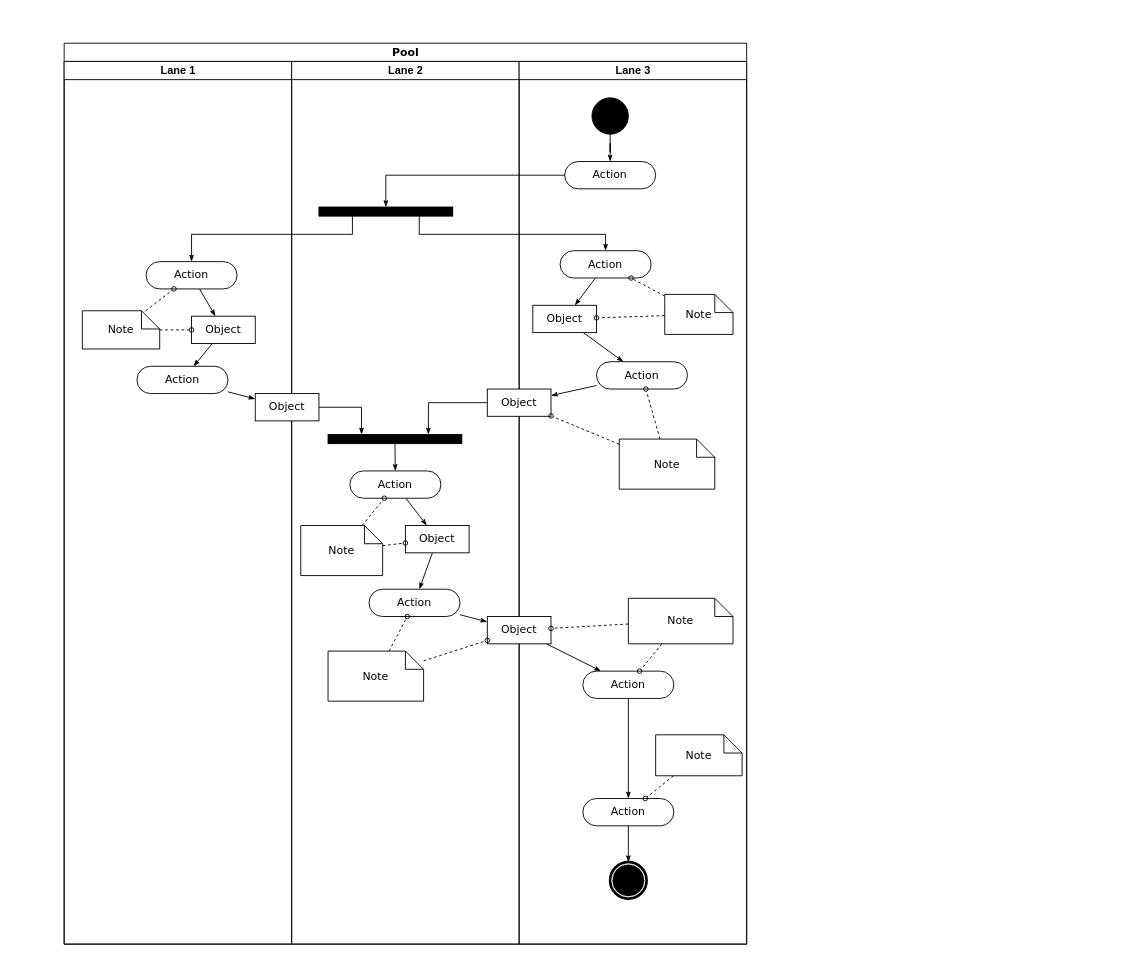
Above: 図面作成依頼フロー.drawio in sakag-120/fwpj_team (draw.io), before the change. Source tidied: cells renumbered, new cells numbered last; positions are measured from the earlier drawing's top-left corner, leaving out a move shared by most shapes. Both pictures are drawn from the tidied source at 91%, with x=0, y=0 at pixel (64, 43).
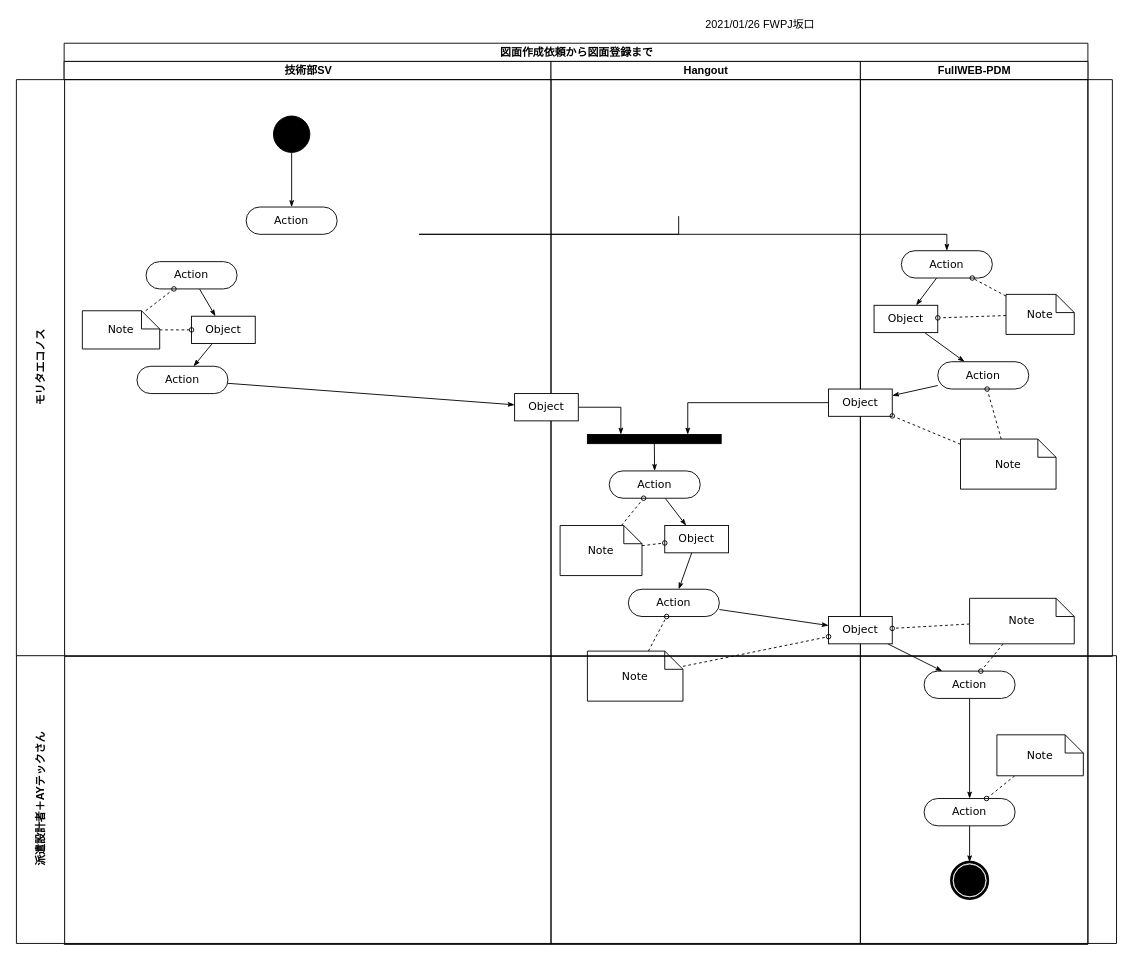
The same diagram, later.

Commit message (it also covers changes not shown here):
図面作成依頼フロー.drawio を更新します

Unchanged cells that the change refers to:
```xml
<mxCell id="5" value="Action" style="rounded=1;whiteSpace=wrap;html=1;shadow=0;comic=0;labelBackgroundColor=none;strokeWidth=1;fontFamily=Verdana;fontSize=12;align=center;arcSize=50;" parent="3" vertex="1">
  <mxGeometry x="90" y="220" width="100" height="30" as="geometry" />
</mxCell>
<mxCell id="33" value="Action" style="rounded=1;whiteSpace=wrap;html=1;shadow=0;comic=0;labelBackgroundColor=none;strokeWidth=1;fontFamily=Verdana;fontSize=12;align=center;arcSize=50;" parent="28" vertex="1">
  <mxGeometry x="45" y="208" width="100" height="30" as="geometry" />
</mxCell>
```

What changed in the source:
```diff
@@
-    <mxCell id="2" value="Pool" style="swimlane;html=1;startSize=20;rounded=0;shadow=0;comic=0;labelBackgroundColor=none;strokeWidth=1;fontFamily=Verdana;fontSize=12;align=center;" parent="1" vertex="1">
-      <mxGeometry width="750" height="990" as="geometry" />
+    <mxCell id="2" value="図面作成依頼から図面登録まで" style="swimlane;html=1;startSize=20;rounded=0;shadow=0;comic=0;labelBackgroundColor=none;strokeWidth=1;fontFamily=Verdana;fontSize=12;align=center;" parent="1" vertex="1">
+      <mxGeometry width="1125" height="990" as="geometry" />
     </mxCell>
-    <mxCell id="3" value="Lane 1" style="swimlane;html=1;startSize=20;" parent="2" vertex="1">
-      <mxGeometry y="20" width="250" height="970" as="geometry" />
+    <mxCell id="3" value="技術部SV" style="swimlane;html=1;startSize=20;" parent="2" vertex="1">
+      <mxGeometry y="20" width="535" height="970" as="geometry" />
     </mxCell>
@@
+    <mxCell id="30" style="ellipse;whiteSpace=wrap;html=1;rounded=0;shadow=0;comic=0;labelBackgroundColor=none;strokeWidth=1;fillColor=#000000;fontFamily=Verdana;fontSize=12;align=center;" parent="3" vertex="1">
+      <mxGeometry x="230" y="60" width="40" height="40" as="geometry" />
+    </mxCell>
+    <mxCell id="31" value="Action" style="rounded=1;whiteSpace=wrap;html=1;shadow=0;comic=0;labelBackgroundColor=none;strokeWidth=1;fontFamily=Verdana;fontSize=12;align=center;arcSize=50;" parent="3" vertex="1">
+      <mxGeometry x="200" y="160" width="100" height="30" as="geometry" />
+    </mxCell>
+    <mxCell id="29" style="edgeStyle=orthogonalEdgeStyle;rounded=0;html=1;labelBackgroundColor=none;startArrow=none;startFill=0;startSize=5;endArrow=classicThin;endFill=1;endSize=5;jettySize=auto;strokeWidth=1;fontFamily=Verdana;fontSize=12;" parent="3" edge="1" source="30" target="31">
+      <mxGeometry relative="1" as="geometry" />
+    </mxCell>
-    <mxCell id="12" value="Lane 2" style="swimlane;html=1;startSize=20;" parent="2" vertex="1">
-      <mxGeometry x="250" y="20" width="250" height="970" as="geometry" />
+    <mxCell id="12" value="Hangout" style="swimlane;html=1;startSize=20;" parent="2" vertex="1">
+      <mxGeometry x="535" y="20" width="340" height="970" as="geometry" />
     </mxCell>
-    <mxCell id="13" style="whiteSpace=wrap;html=1;rounded=0;shadow=0;comic=0;labelBackgroundColor=none;strokeWidth=1;fillColor=#000000;fontFamily=Verdana;fontSize=12;align=center;rotation=0;" parent="12" vertex="1">
-      <mxGeometry x="30" y="160" width="147" height="10" as="geometry" />
-    </mxCell>
@@
-    <mxCell id="28" value="Lane 3" style="swimlane;html=1;startSize=20;" parent="2" vertex="1">
-      <mxGeometry x="500" y="20" width="250" height="970" as="geometry" />
+    <mxCell id="28" value="FullWEB-PDM" style="swimlane;html=1;startSize=20;" parent="2" vertex="1">
+      <mxGeometry x="875" y="20" width="250" height="970" as="geometry" />
     </mxCell>
-    <mxCell id="29" style="edgeStyle=orthogonalEdgeStyle;rounded=0;html=1;labelBackgroundColor=none;startArrow=none;startFill=0;startSize=5;endArrow=classicThin;endFill=1;endSize=5;jettySize=auto;strokeWidth=1;fontFamily=Verdana;fontSize=12;" parent="28" edge="1" source="30" target="31">
-      <mxGeometry relative="1" as="geometry" />
-    </mxCell>
-    <mxCell id="30" style="ellipse;whiteSpace=wrap;html=1;rounded=0;shadow=0;comic=0;labelBackgroundColor=none;strokeWidth=1;fillColor=#000000;fontFamily=Verdana;fontSize=12;align=center;" parent="28" vertex="1">
-      <mxGeometry x="80" y="40" width="40" height="40" as="geometry" />
-    </mxCell>
-    <mxCell id="31" value="Action" style="rounded=1;whiteSpace=wrap;html=1;shadow=0;comic=0;labelBackgroundColor=none;strokeWidth=1;fontFamily=Verdana;fontSize=12;align=center;arcSize=50;" parent="28" vertex="1">
-      <mxGeometry x="50" y="110" width="100" height="30" as="geometry" />
-    </mxCell>
@@
-    <mxCell id="57" style="edgeStyle=orthogonalEdgeStyle;rounded=0;html=1;entryX=0.5;entryY=0;labelBackgroundColor=none;startArrow=none;startFill=0;startSize=5;endArrow=classicThin;endFill=1;endSize=5;jettySize=auto;strokeWidth=1;fontFamily=Verdana;fontSize=12;" parent="2" edge="1" source="31" target="13">
-      <mxGeometry relative="1" as="geometry">
-        <Array as="points">
-          <mxPoint x="354" y="145" />
-        </Array>
-      </mxGeometry>
-    </mxCell>
-    <mxCell id="58" style="edgeStyle=orthogonalEdgeStyle;rounded=0;html=1;exitX=0.75;exitY=1;labelBackgroundColor=none;startArrow=none;startFill=0;startSize=5;endArrow=classicThin;endFill=1;endSize=5;jettySize=auto;strokeWidth=1;fontFamily=Verdana;fontSize=12;" parent="2" edge="1" source="13" target="33">
+    <mxCell id="58" style="edgeStyle=orthogonalEdgeStyle;rounded=0;html=1;exitX=0.75;exitY=1;labelBackgroundColor=none;startArrow=none;startFill=0;startSize=5;endArrow=classicThin;endFill=1;endSize=5;jettySize=auto;strokeWidth=1;fontFamily=Verdana;fontSize=12;" parent="2" edge="1" target="33">
       <mxGeometry relative="1" as="geometry">
+        <mxPoint x="675.3" y="190" as="sourcePoint" />
         <Array as="points">
           <mxPoint x="390" y="210" />
           <mxPoint x="595" y="210" />
         </Array>
       </mxGeometry>
     </mxCell>
-    <mxCell id="59" style="edgeStyle=orthogonalEdgeStyle;rounded=0;html=1;exitX=0.25;exitY=1;entryX=0.5;entryY=0;labelBackgroundColor=none;startArrow=none;startFill=0;startSize=5;endArrow=classicThin;endFill=1;endSize=5;jettySize=auto;strokeWidth=1;fontFamily=Verdana;fontSize=12;" parent="2" edge="1" source="13" target="5">
-      <mxGeometry relative="1" as="geometry">
-        <Array as="points">
-          <mxPoint x="317" y="210" />
-          <mxPoint x="140" y="210" />
-        </Array>
-      </mxGeometry>
-    </mxCell>
@@
+    <mxCell id="64" value="2021/01/26 FWPJ坂口" style="text;html=1;strokeColor=none;fillColor=none;align=center;verticalAlign=middle;whiteSpace=wrap;rounded=0;" parent="1" vertex="1">
+      <mxGeometry x="680" y="-30" width="170" height="20" as="geometry" />
+    </mxCell>
+    <mxCell id="65" value="モリタエコノス" style="swimlane;html=1;startSize=53;rotation=-90;" parent="1" vertex="1">
+      <mxGeometry x="232.8" y="-245.3" width="633.8" height="1204.4" as="geometry" />
+    </mxCell>
+    <mxCell id="66" value="派遣設計者＋AYテックさん" style="swimlane;html=1;startSize=53;rotation=-90;" parent="1" vertex="1">
+      <mxGeometry x="393.9" y="226.7" width="316.2" height="1208.9" as="geometry" />
+    </mxCell>
```
